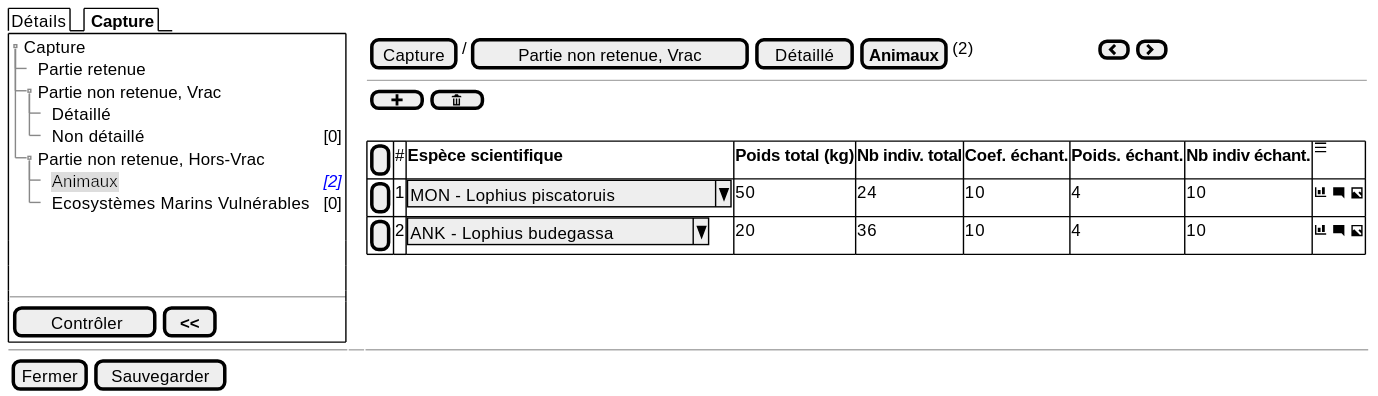
This is projects/obsmer/spe/images/batch/batch-tree-PNR-HVRAC-ANI.svg from sumaris-net/sumaris-doc, a PlantUML export, as it was before one commit.
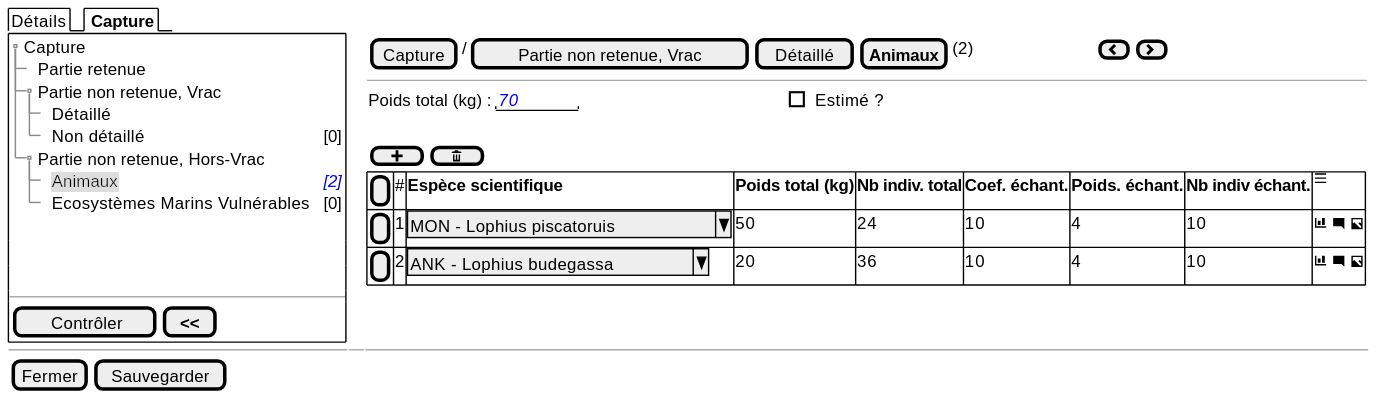
Later version of the same file.

Diff of the diagram source:
```diff
@@ -22,8 +22,10 @@
   } | . | {
     { [Capture] | / | [Partie non retenue, Vrac] | [Détaillé] | [<b>Animaux] | (2) | . | . | . | . | . | . | . | . | . | . | . | . | . | . | . | . | . | { [<&chevron-left>] | [<&chevron-right>] } }
     ---
+      {Poids total (kg) : | "  <i><color:blue>70   " | . | . | . | . | . | . | . | . | . | . | . | . | . | . | . | . | . | . | . | . | . | . | . | . | . | . | . | . | . | [ ] Estimé ? }
+  .
   {[ <&plus> ] | [ <&trash> ] }
-  .
+
     {#
 
           [ ] | # | <b>Espèce scientifique  | <b>Poids total (kg)     |  <b>Nb indiv. total  | <b>Coef. échant. | <b>Poids. échant. | <b>Nb indiv échant. | <&menu>
```
